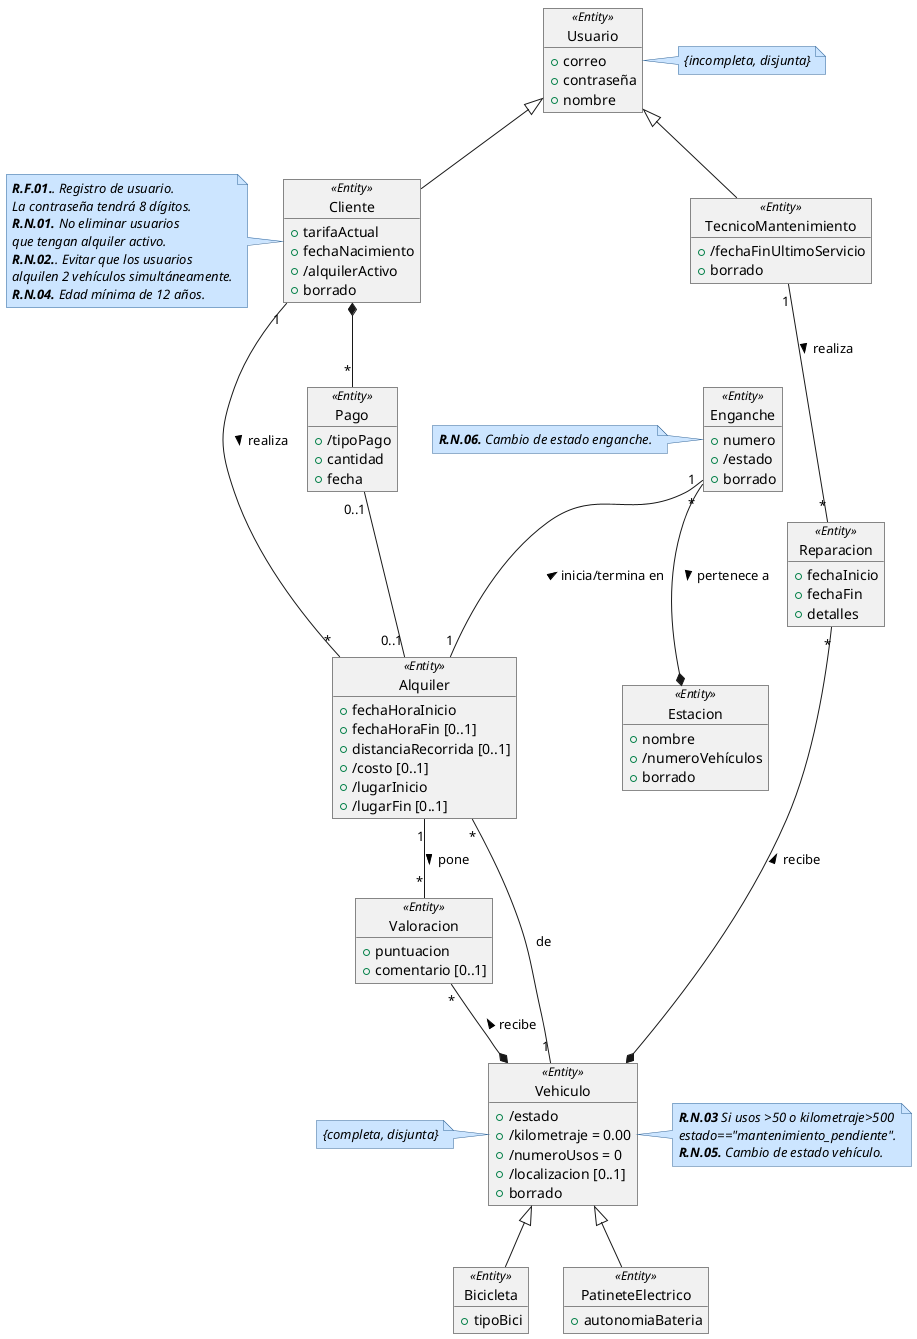
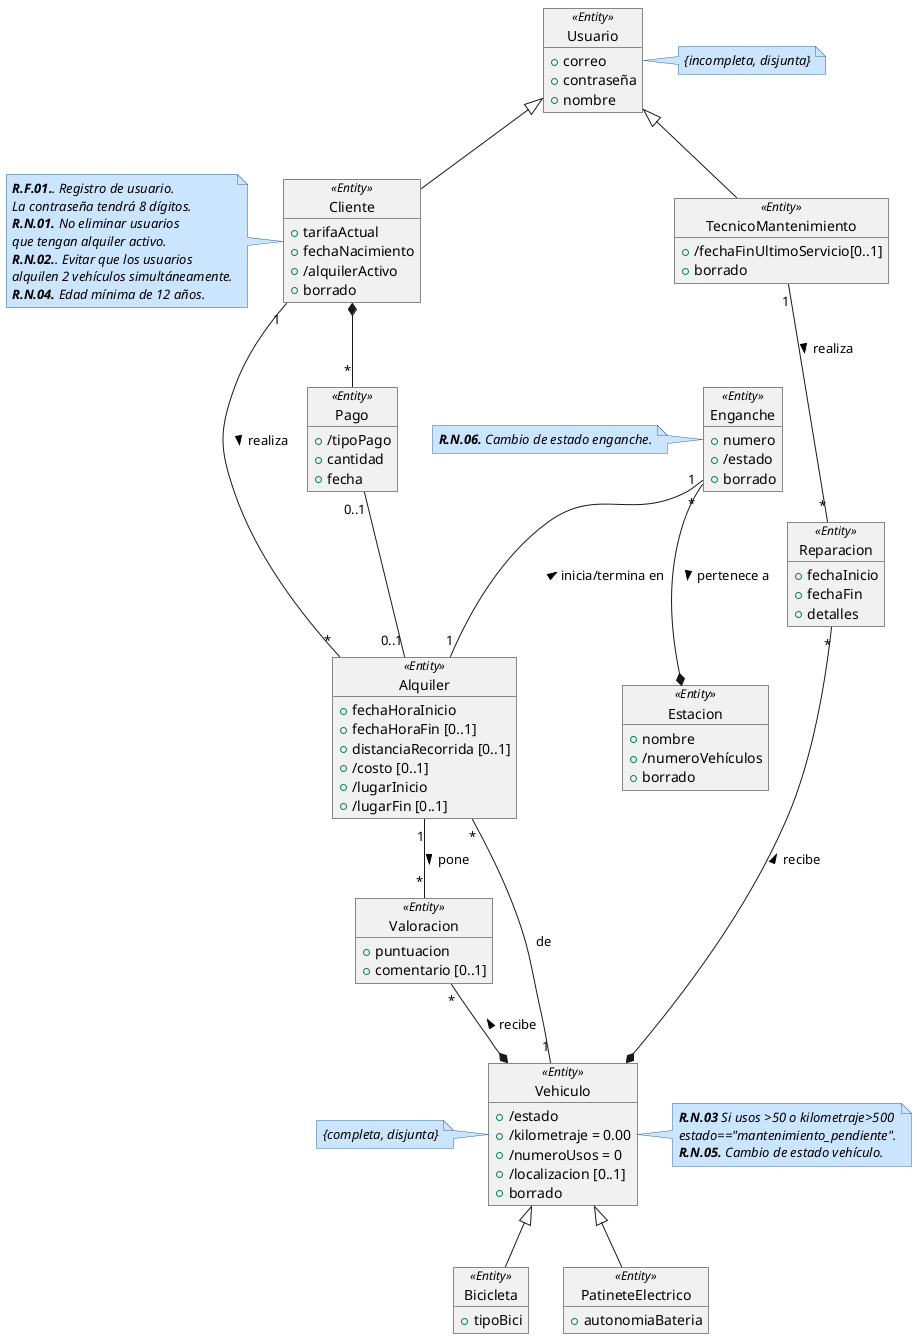
@startuml DiagramaClases

skinparam note {
  BackgroundColor #cce5ff
  BorderColor #336699
  FontStyle italic
}

object Usuario<<Entity>> {
    +correo
    +contraseña
    +nombre
}
note right: {incompleta, disjunta}


object Cliente<<Entity>> {
    +tarifaActual
    +fechaNacimiento
    +/alquilerActivo
    +borrado
}
note left
'''
 **R.F.01.**. Registro de usuario.
 La contraseña tendrá 8 dígitos.
 **R.N.01.** No eliminar usuarios
 que tengan alquiler activo.
 **R.N.02.**. Evitar que los usuarios
 alquilen 2 vehículos simultáneamente.
 **R.N.04.** Edad mínima de 12 años.
'''
end note

object Pago<<Entity>> {
    +/tipoPago
    +cantidad
    +fecha
}
'Tipo pago puede ser o mensual o individual


object TecnicoMantenimiento<<Entity>> {
-     +/fechaFinUltimoServicio
+     +/fechaFinUltimoServicio[0..1]
    +borrado
}

object Reparacion<<Entity>> {
    +fechaInicio
    +fechaFin
    +detalles
}

object Valoracion<<Entity>> {
    +puntuacion
    +comentario [0..1]
}

/'
La distancia recorrida la cuenta el vehículo con un
medidor incorporado y solo se registra cuando termina el recorrido.
Por eso mismo no es derivada de lugar inicio o fin, porque si no si acabas
en el mismo sitio la distancia recorrida sería 0.
'/
object Alquiler<<Entity>> {
    +fechaHoraInicio
    +fechaHoraFin [0..1]
    +distanciaRecorrida [0..1]
    +/costo [0..1]
    +/lugarInicio
    +/lugarFin [0..1]
}

/'
La localización del vehículo se muestra cuando se guarda el vehículo.
No se guarda localización por GPS.
'/
object Vehiculo<<Entity>> {
    +/estado
    +/kilometraje = 0.00
    +/numeroUsos = 0
    +/localizacion [0..1]
    +borrado
}
note right
'''
 **R.N.03** Si usos >50 o kilometraje>500
 estado=="mantenimiento_pendiente".
 **R.N.05.** Cambio de estado vehículo.
'''
end note
note left of Vehiculo: {completa, disjunta}

object Estacion<<Entity>> {
    +nombre
    +/numeroVehículos
    +borrado
}

object Enganche<<Entity>> {
    +numero
    +/estado
    +borrado
}
note left
'''
 **R.N.06.** Cambio de estado enganche.
'''
end note

object Bicicleta<<Entity>> {
    +tipoBici
}

object PatineteElectrico<<Entity>> {
    +autonomiaBateria
}

Usuario <|-- Cliente
Usuario <|-- TecnicoMantenimiento

Enganche "*"--* Estacion : pertenece a >

'Relación directa valoraciones'
Alquiler "1"--"*" Valoracion : pone >
Valoracion "*"--* Vehiculo : recibe <

TecnicoMantenimiento "1"--"*" Reparacion : realiza >
Reparacion "*"--* Vehiculo : recibe <

Enganche "1" --"1" Alquiler: inicia/termina en <


'Relacion de Alquileres'
Cliente "1"--"*"  Alquiler: realiza >

Alquiler "*"--"1" Vehiculo: de

'Relacion Pago'
Cliente *--"*" Pago
Pago "0..1"--"0..1" Alquiler

Vehiculo <|-- Bicicleta
Vehiculo <|-- PatineteElectrico


@enduml